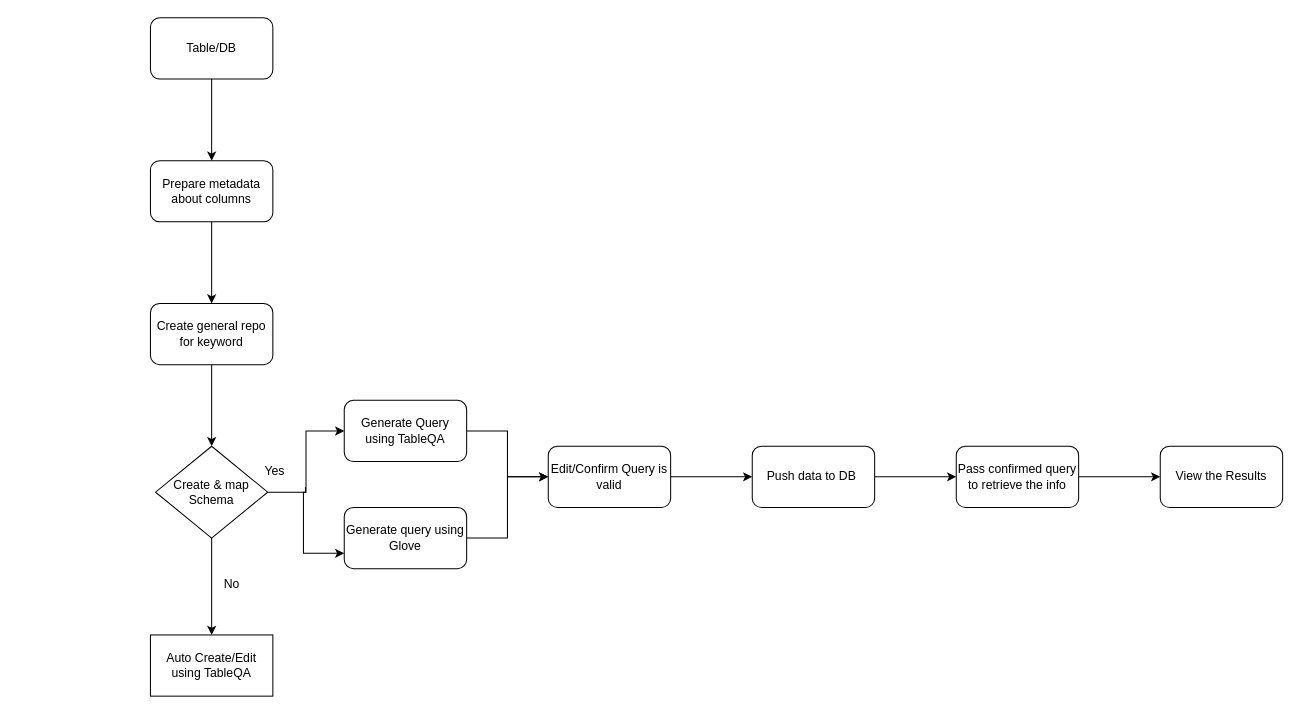
Before: Untitled Diagram.drawio in nattu22/nattu22, a draw.io diagram. Source tidied: cells renumbered, new cells numbered last; positions are measured from the earlier drawing's top-left corner, leaving out a move shared by most shapes. Both pictures are drawn from the tidied source at 102%, with x=0, y=0 at pixel (150, 17).
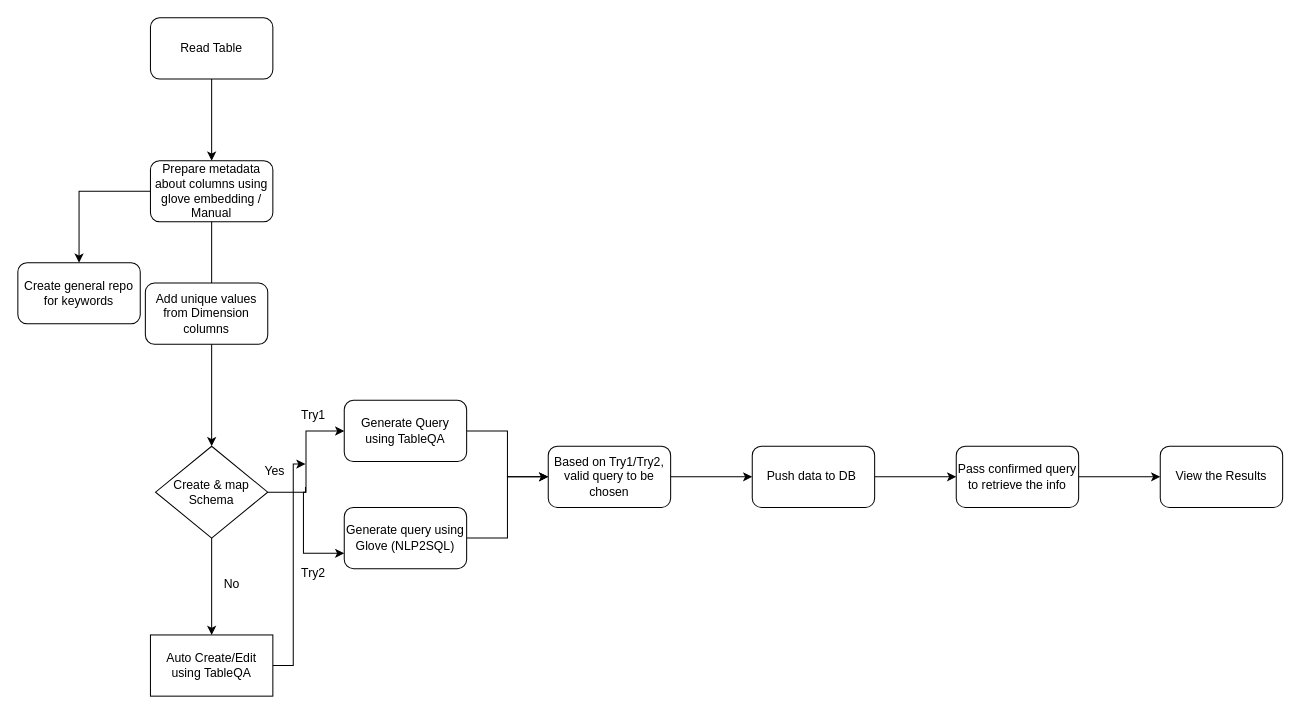
Above is the later version.

The change refers to these unchanged cells:
```xml
<mxCell id="11" value="Auto Create/Edit using TableQA" style="whiteSpace=wrap;html=1;" parent="1" vertex="1">
  <mxGeometry y="605" width="120" height="60" as="geometry" />
</mxCell>
<mxCell id="16" value="Yes" style="text;html=1;strokeColor=none;fillColor=none;align=center;verticalAlign=middle;whiteSpace=wrap;rounded=0;" parent="1" vertex="1">
  <mxGeometry x="92" y="430" width="60" height="30" as="geometry" />
</mxCell>
```

Change to the diagram source:
```diff
@@
-    <mxCell id="3" value="Table/DB" style="rounded=1;whiteSpace=wrap;html=1;" parent="1" vertex="1">
+    <mxCell id="3" value="Read Table" style="rounded=1;whiteSpace=wrap;html=1;" parent="1" vertex="1">
       <mxGeometry width="120" height="60" as="geometry" />
     </mxCell>
@@
-    <mxCell id="5" value="Prepare metadata about columns" style="whiteSpace=wrap;html=1;rounded=1;" parent="1" vertex="1">
+    <mxCell id="5" value="Prepare metadata about columns using glove embedding / Manual" style="whiteSpace=wrap;html=1;rounded=1;" parent="1" vertex="1">
       <mxGeometry y="140" width="120" height="60" as="geometry" />
     </mxCell>
-    <mxCell id="6" style="edgeStyle=orthogonalEdgeStyle;rounded=0;jettySize=auto;html=1;" parent="1" edge="1" source="7">
+    <mxCell id="6" style="edgeStyle=orthogonalEdgeStyle;rounded=0;jettySize=auto;html=1;exitX=0.5;exitY=1;exitDx=0;exitDy=0;" parent="1" edge="1" source="5">
       <mxGeometry relative="1" as="geometry">
         <mxPoint x="60" y="420" as="targetPoint" />
       </mxGeometry>
     </mxCell>
-    <mxCell id="7" value="Create general repo for keyword" style="whiteSpace=wrap;html=1;rounded=1;" parent="1" vertex="1">
-      <mxGeometry y="280" width="120" height="60" as="geometry" />
+    <mxCell id="7" value="Create general repo for keywords" style="whiteSpace=wrap;html=1;rounded=1;" parent="1" vertex="1">
+      <mxGeometry x="-130" y="240" width="120" height="60" as="geometry" />
     </mxCell>
@@
+    <mxCell id="26" style="edgeStyle=orthogonalEdgeStyle;rounded=0;jettySize=auto;html=1;exitX=1;exitY=0.5;exitDx=0;exitDy=0;entryX=1;entryY=0.25;entryDx=0;entryDy=0;" parent="1" edge="1" source="11" target="16">
+      <mxGeometry relative="1" as="geometry">
+        <Array as="points">
+          <mxPoint x="140" y="635" />
+          <mxPoint x="140" y="438" />
+        </Array>
+      </mxGeometry>
+    </mxCell>
@@
-    <mxCell id="18" value="Generate query using Glove" style="rounded=1;whiteSpace=wrap;html=1;" parent="1" vertex="1">
+    <mxCell id="18" value="Generate query using Glove (NLP2SQL)" style="rounded=1;whiteSpace=wrap;html=1;" parent="1" vertex="1">
       <mxGeometry x="190" y="480" width="120" height="60" as="geometry" />
     </mxCell>
@@
-    <mxCell id="20" value="Edit/Confirm Query is valid" style="whiteSpace=wrap;html=1;rounded=1;" parent="1" vertex="1">
+    <mxCell id="20" value="Based on Try1/Try2, valid query to be chosen" style="whiteSpace=wrap;html=1;rounded=1;" parent="1" vertex="1">
       <mxGeometry x="390" y="420" width="120" height="60" as="geometry" />
     </mxCell>
@@
+    <mxCell id="27" value="Try1" style="text;html=1;strokeColor=none;fillColor=none;align=center;verticalAlign=middle;whiteSpace=wrap;rounded=0;" parent="1" vertex="1">
+      <mxGeometry x="130" y="375" width="60" height="30" as="geometry" />
+    </mxCell>
+    <mxCell id="28" value="Try2" style="text;html=1;strokeColor=none;fillColor=none;align=center;verticalAlign=middle;whiteSpace=wrap;rounded=0;" parent="1" vertex="1">
+      <mxGeometry x="130" y="530" width="60" height="30" as="geometry" />
+    </mxCell>
+    <mxCell id="29" value="Add unique values from Dimension columns" style="whiteSpace=wrap;html=1;rounded=1;" parent="1" vertex="1">
+      <mxGeometry x="-5" y="260" width="120" height="60" as="geometry" />
+    </mxCell>
```
